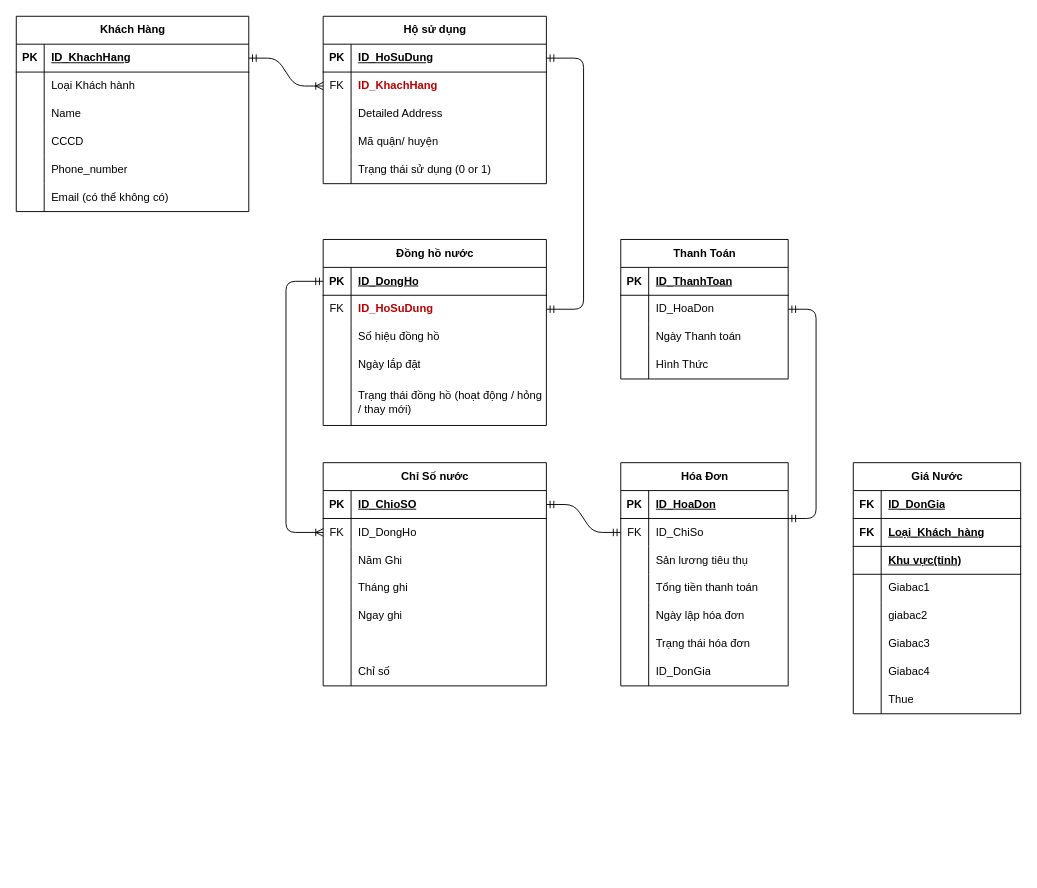
Earlier version of the draw.io diagram note/csdl.drawio (lethanhtung7002/water_management). Source tidied: cells renumbered, new cells numbered last; positions are measured from the earlier drawing's top-left corner, leaving out a move shared by most shapes. Both pictures are drawn from the tidied source at 93%, with x=0, y=0 at pixel (16, 16).
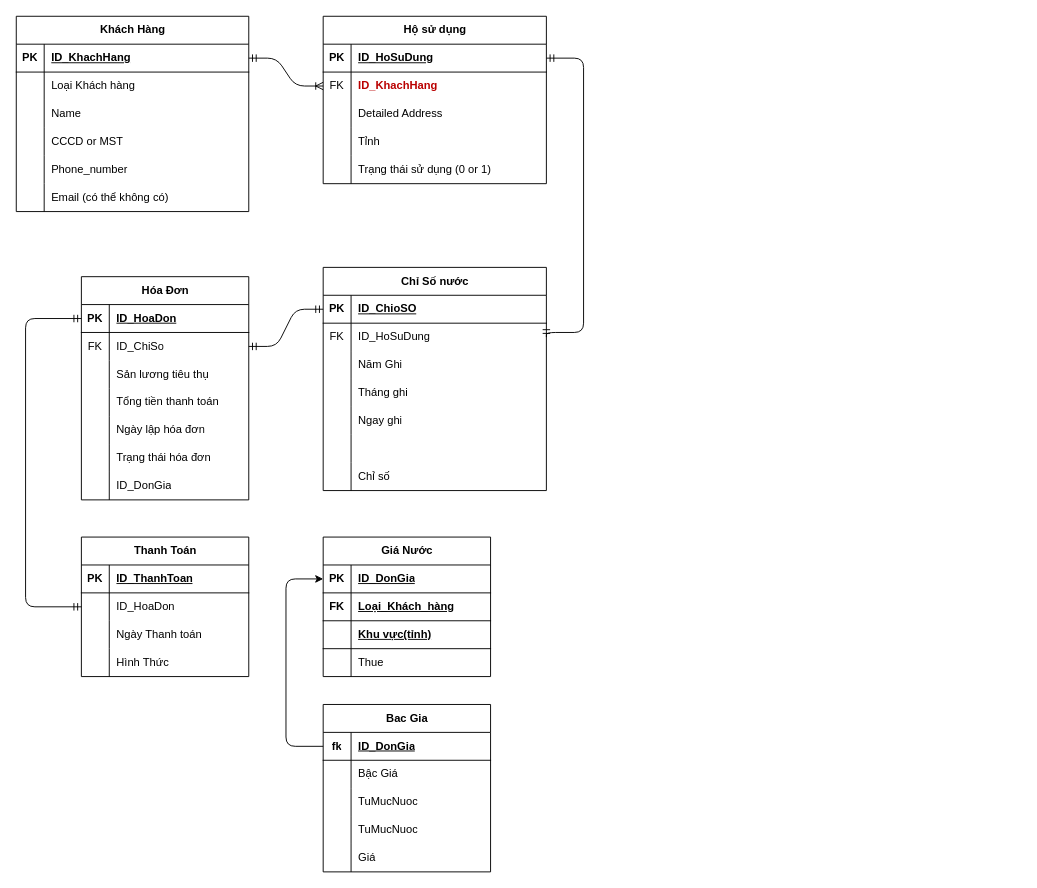
Above is the later version.

Unchanged cells that the change refers to:
```xml
<mxCell id="6" style="shape=tableRow;horizontal=0;startSize=0;swimlaneHead=0;swimlaneBody=0;fillColor=none;top=0;left=0;right=0;bottom=0;" parent="2" vertex="1">
  <mxGeometry y="60" width="250" height="30" as="geometry" />
</mxCell>
<mxCell id="12" style="shape=tableRow;horizontal=0;startSize=0;swimlaneHead=0;swimlaneBody=0;fillColor=none;top=0;left=0;right=0;bottom=0;" parent="2" vertex="1">
  <mxGeometry y="120" width="250" height="30" as="geometry" />
</mxCell>
<mxCell id="22" style="shape=tableRow;horizontal=0;startSize=0;swimlaneHead=0;swimlaneBody=0;fillColor=none;points=[[0,0.5],[1,0.5]];portConstraint=eastwest;top=0;left=0;right=0;bottom=1;" parent="21" vertex="1">
  <mxGeometry y="30" width="240" height="30" as="geometry" />
</mxCell>
<mxCell id="31" style="shape=tableRow;horizontal=0;startSize=0;swimlaneHead=0;swimlaneBody=0;fillColor=none;top=0;left=0;right=0;bottom=0;" parent="21" vertex="1">
  <mxGeometry y="120" width="240" height="30" as="geometry" />
</mxCell>
<mxCell id="54" style="shape=tableRow;horizontal=0;startSize=0;swimlaneHead=0;swimlaneBody=0;fillColor=none;points=[[0,0.5],[1,0.5]];portConstraint=eastwest;top=0;left=0;right=0;bottom=1;" parent="53" vertex="1">
  <mxGeometry y="30" width="240" height="30" as="geometry" />
</mxCell>
<mxCell id="57" style="shape=tableRow;horizontal=0;startSize=0;swimlaneHead=0;swimlaneBody=0;fillColor=none;points=[[0,0.5],[1,0.5]];portConstraint=eastwest;top=0;left=0;right=0;bottom=0;" parent="53" vertex="1">
  <mxGeometry y="60" width="240" height="30" as="geometry" />
</mxCell>
<mxCell id="79" style="shape=tableRow;horizontal=0;startSize=0;swimlaneHead=0;swimlaneBody=0;fillColor=none;points=[[0,0.5],[1,0.5]];portConstraint=eastwest;top=0;left=0;right=0;bottom=1;" parent="78" vertex="1">
  <mxGeometry y="30" width="180" height="30" as="geometry" />
</mxCell>
<mxCell id="82" style="shape=tableRow;horizontal=0;startSize=0;swimlaneHead=0;swimlaneBody=0;fillColor=none;points=[[0,0.5],[1,0.5]];portConstraint=eastwest;top=0;left=0;right=0;bottom=0;" parent="78" vertex="1">
  <mxGeometry y="60" width="180" height="30" as="geometry" />
</mxCell>
<mxCell id="104" style="shape=tableRow;horizontal=0;startSize=0;swimlaneHead=0;swimlaneBody=0;fillColor=none;points=[[0,0.5],[1,0.5]];portConstraint=eastwest;top=0;left=0;right=0;bottom=0;" parent="100" vertex="1">
  <mxGeometry y="60" width="180" height="30" as="geometry" />
</mxCell>
<mxCell id="114" style="shape=tableRow;horizontal=0;startSize=0;swimlaneHead=0;swimlaneBody=0;fillColor=none;points=[[0,0.5],[1,0.5]];portConstraint=eastwest;top=0;left=0;right=0;bottom=1;" parent="113" vertex="1">
  <mxGeometry y="30" width="180" height="30" as="geometry" />
</mxCell>
```

What changed in the source:
```diff
@@
-    <mxCell id="8" value="Loại Khách hành" style="shape=partialRectangle;fillColor=none;top=0;left=0;bottom=0;right=0;align=left;spacingLeft=6;overflow=hidden;whiteSpace=wrap;html=1;" parent="6" vertex="1">
+    <mxCell id="8" value="Loại Khách hàng" style="shape=partialRectangle;fillColor=none;top=0;left=0;bottom=0;right=0;align=left;spacingLeft=6;overflow=hidden;whiteSpace=wrap;html=1;" parent="6" vertex="1">
       <mxGeometry x="30" width="220" height="30" as="geometry" />
     </mxCell>
@@
-    <mxCell id="14" value="CCCD&amp;nbsp;" style="shape=partialRectangle;fillColor=none;top=0;left=0;bottom=0;right=0;align=left;spacingLeft=6;overflow=hidden;whiteSpace=wrap;html=1;" parent="12" vertex="1">
+    <mxCell id="14" value="CCCD or MST" style="shape=partialRectangle;fillColor=none;top=0;left=0;bottom=0;right=0;align=left;spacingLeft=6;overflow=hidden;whiteSpace=wrap;html=1;" parent="12" vertex="1">
       <mxGeometry x="30" width="220" height="30" as="geometry" />
     </mxCell>
@@
-    <mxCell id="33" value="Mã quận/ huyện" style="shape=partialRectangle;fillColor=none;top=0;left=0;bottom=0;right=0;align=left;spacingLeft=6;overflow=hidden;whiteSpace=wrap;html=1;" parent="31" vertex="1">
+    <mxCell id="33" value="Tỉnh" style="shape=partialRectangle;fillColor=none;top=0;left=0;bottom=0;right=0;align=left;spacingLeft=6;overflow=hidden;whiteSpace=wrap;html=1;" parent="31" vertex="1">
       <mxGeometry x="30" width="210" height="30" as="geometry" />
     </mxCell>
@@
-    <mxCell id="37" value="Đồng hồ nước" style="shape=table;startSize=30;childLayout=tableLayout;rowLines=0;fontStyle=1;align=center;html=1;" parent="1" vertex="1">
-      <mxGeometry x="330" y="240" width="240" height="200" as="geometry" />
-    </mxCell>
-    <mxCell id="38" style="shape=tableRow;horizontal=0;startSize=0;swimlaneHead=0;swimlaneBody=0;fillColor=none;points=[[0,0.5],[1,0.5]];portConstraint=eastwest;top=0;left=0;right=0;bottom=1;" parent="37" vertex="1">
-      <mxGeometry y="30" width="240" height="30" as="geometry" />
-    </mxCell>
-    <mxCell id="39" value="PK" style="shape=partialRectangle;fillColor=none;top=0;left=0;bottom=0;right=0;fontStyle=1;overflow=hidden;whiteSpace=wrap;html=1;" parent="38" vertex="1">
-      <mxGeometry width="30" height="30" as="geometry" />
-    </mxCell>
-    <mxCell id="40" value="ID_DongHo" style="shape=partialRectangle;fillColor=none;top=0;left=0;bottom=0;right=0;align=left;spacingLeft=6;fontStyle=5;overflow=hidden;whiteSpace=wrap;html=1;" parent="38" vertex="1">
-      <mxGeometry x="30" width="210" height="30" as="geometry" />
-    </mxCell>
-    <mxCell id="41" style="shape=tableRow;horizontal=0;startSize=0;swimlaneHead=0;swimlaneBody=0;fillColor=none;points=[[0,0.5],[1,0.5]];portConstraint=eastwest;top=0;left=0;right=0;bottom=0;" parent="37" vertex="1">
-      <mxGeometry y="60" width="240" height="30" as="geometry" />
-    </mxCell>
-    <mxCell id="42" value="FK" style="shape=partialRectangle;fillColor=none;top=0;left=0;bottom=0;right=0;overflow=hidden;whiteSpace=wrap;html=1;" parent="41" vertex="1">
-      <mxGeometry width="30" height="30" as="geometry" />
-    </mxCell>
-    <mxCell id="43" value="&lt;span style=&quot;font-weight: 700; text-decoration-line: underline; color: rgb(255, 255, 255);&quot;&gt;&lt;font color=&quot;rgba(0, 0, 0, 0)&quot;&gt;ID_HoSuDung&lt;/font&gt;&lt;/span&gt;" style="shape=partialRectangle;fillColor=none;top=0;left=0;bottom=0;right=0;align=left;spacingLeft=6;overflow=hidden;whiteSpace=wrap;html=1;" parent="41" vertex="1">
-      <mxGeometry x="30" width="210" height="30" as="geometry" />
-    </mxCell>
-    <mxCell id="44" style="shape=tableRow;horizontal=0;startSize=0;swimlaneHead=0;swimlaneBody=0;fillColor=none;top=0;left=0;right=0;bottom=0;" parent="37" vertex="1">
-      <mxGeometry y="90" width="240" height="30" as="geometry" />
-    </mxCell>
-    <mxCell id="45" style="shape=partialRectangle;fillColor=none;top=0;left=0;bottom=0;right=0;overflow=hidden;whiteSpace=wrap;html=1;" parent="44" vertex="1">
-      <mxGeometry width="30" height="30" as="geometry" />
-    </mxCell>
-    <mxCell id="46" value="Số hiệu đồng hồ" style="shape=partialRectangle;fillColor=none;top=0;left=0;bottom=0;right=0;align=left;spacingLeft=6;overflow=hidden;whiteSpace=wrap;html=1;" parent="44" vertex="1">
-      <mxGeometry x="30" width="210" height="30" as="geometry" />
-    </mxCell>
-    <mxCell id="47" style="shape=tableRow;horizontal=0;startSize=0;swimlaneHead=0;swimlaneBody=0;fillColor=none;top=0;left=0;right=0;bottom=0;" parent="37" vertex="1">
-      <mxGeometry y="120" width="240" height="30" as="geometry" />
-    </mxCell>
-    <mxCell id="48" style="shape=partialRectangle;fillColor=none;top=0;left=0;bottom=0;right=0;overflow=hidden;whiteSpace=wrap;html=1;" parent="47" vertex="1">
-      <mxGeometry width="30" height="30" as="geometry" />
-    </mxCell>
-    <mxCell id="49" value="Ngày lắp đặt" style="shape=partialRectangle;fillColor=none;top=0;left=0;bottom=0;right=0;align=left;spacingLeft=6;overflow=hidden;whiteSpace=wrap;html=1;" parent="47" vertex="1">
-      <mxGeometry x="30" width="210" height="30" as="geometry" />
-    </mxCell>
-    <mxCell id="50" style="shape=tableRow;horizontal=0;startSize=0;swimlaneHead=0;swimlaneBody=0;fillColor=none;top=0;left=0;right=0;bottom=0;" parent="37" vertex="1">
-      <mxGeometry y="150" width="240" height="50" as="geometry" />
-    </mxCell>
-    <mxCell id="51" style="shape=partialRectangle;fillColor=none;top=0;left=0;bottom=0;right=0;overflow=hidden;whiteSpace=wrap;html=1;" parent="50" vertex="1">
-      <mxGeometry width="30" height="50" as="geometry" />
-    </mxCell>
-    <mxCell id="52" value="Trạng thái đồng hồ (hoạt động / hỏng / thay mới)" style="shape=partialRectangle;fillColor=none;top=0;left=0;bottom=0;right=0;align=left;spacingLeft=6;overflow=hidden;whiteSpace=wrap;html=1;" parent="50" vertex="1">
-      <mxGeometry x="30" width="210" height="50" as="geometry" />
-    </mxCell>
     <mxCell id="53" value="Chỉ Số nước" style="shape=table;startSize=30;childLayout=tableLayout;rowLines=0;fontStyle=1;align=center;html=1;" parent="1" vertex="1">
-      <mxGeometry x="330" y="480" width="240" height="240" as="geometry" />
+      <mxGeometry x="330" y="270" width="240" height="240" as="geometry" />
     </mxCell>
@@
-    <mxCell id="59" value="ID_DongHo" style="shape=partialRectangle;fillColor=none;top=0;left=0;bottom=0;right=0;align=left;spacingLeft=6;overflow=hidden;whiteSpace=wrap;html=1;" parent="57" vertex="1">
+    <mxCell id="59" value="ID_HoSuDung" style="shape=partialRectangle;fillColor=none;top=0;left=0;bottom=0;right=0;align=left;spacingLeft=6;overflow=hidden;whiteSpace=wrap;html=1;" parent="57" vertex="1">
       <mxGeometry x="30" width="210" height="30" as="geometry" />
     </mxCell>
@@
-    <mxCell id="76" style="edgeStyle=orthogonalEdgeStyle;html=1;exitX=1;exitY=0.5;exitDx=0;exitDy=0;fontSize=12;endArrow=ERmandOne;startArrow=ERmandOne;entryX=1;entryY=0.5;entryDx=0;entryDy=0;" parent="1" edge="1" source="41" target="22">
+    <mxCell id="76" style="edgeStyle=orthogonalEdgeStyle;html=1;exitX=1;exitY=0.5;exitDx=0;exitDy=0;fontSize=12;endArrow=ERmandOne;startArrow=ERmandOne;entryX=1;entryY=0.5;entryDx=0;entryDy=0;" parent="1" edge="1" source="57" target="22">
       <mxGeometry relative="1" as="geometry">
         <Array as="points">
-          <mxPoint x="610" y="315" />
+          <mxPoint x="570" y="340" />
+          <mxPoint x="610" y="340" />
           <mxPoint x="610" y="45" />
         </Array>
       </mxGeometry>
     </mxCell>
-    <mxCell id="77" style="edgeStyle=elbowEdgeStyle;html=1;exitX=1;exitY=0.25;exitDx=0;exitDy=0;entryX=1;entryY=0.5;entryDx=0;entryDy=0;fontSize=12;endArrow=ERmandOne;startArrow=ERmandOne;" parent="1" edge="1" source="78" target="104">
+    <mxCell id="77" style="edgeStyle=elbowEdgeStyle;html=1;exitX=0;exitY=0.5;exitDx=0;exitDy=0;entryX=0;entryY=0.5;entryDx=0;entryDy=0;fontSize=12;endArrow=ERmandOne;startArrow=ERmandOne;" parent="1" edge="1" source="79" target="104">
       <mxGeometry relative="1" as="geometry">
         <Array as="points">
-          <mxPoint x="860" y="420" />
+          <mxPoint x="10" y="500" />
         </Array>
       </mxGeometry>
     </mxCell>
     <mxCell id="78" value="Hóa Đơn" style="shape=table;startSize=30;childLayout=tableLayout;rowLines=0;fontStyle=1;align=center;html=1;" parent="1" vertex="1">
-      <mxGeometry x="650" y="480" width="180" height="240" as="geometry" />
+      <mxGeometry x="70" y="280" width="180" height="240" as="geometry" />
     </mxCell>
@@
     <mxCell id="100" value="Thanh Toán" style="shape=table;startSize=30;childLayout=tableLayout;rowLines=0;fontStyle=1;align=center;html=1;" parent="1" vertex="1">
-      <mxGeometry x="650" y="240" width="180" height="150" as="geometry" />
+      <mxGeometry x="70" y="560" width="180" height="150" as="geometry" />
     </mxCell>
@@
     <mxCell id="113" value="Giá Nước" style="shape=table;startSize=30;childLayout=tableLayout;rowLines=0;fontStyle=1;align=center;html=1;" parent="1" vertex="1">
-      <mxGeometry x="900" y="480" width="180" height="270" as="geometry" />
+      <mxGeometry x="330" y="560" width="180" height="150" as="geometry" />
     </mxCell>
@@
-    <mxCell id="115" value="FK" style="shape=partialRectangle;fillColor=none;top=0;left=0;bottom=0;right=0;fontStyle=1;overflow=hidden;whiteSpace=wrap;html=1;" parent="114" vertex="1">
+    <mxCell id="115" value="PK" style="shape=partialRectangle;fillColor=none;top=0;left=0;bottom=0;right=0;fontStyle=1;overflow=hidden;whiteSpace=wrap;html=1;" parent="114" vertex="1">
       <mxGeometry width="30" height="30" as="geometry" />
     </mxCell>
@@
-    <mxCell id="123" style="shape=tableRow;horizontal=0;startSize=0;swimlaneHead=0;swimlaneBody=0;fillColor=none;top=0;left=0;right=0;bottom=0;" parent="113" vertex="1">
-      <mxGeometry y="120" width="180" height="30" as="geometry" />
-    </mxCell>
-    <mxCell id="124" style="shape=partialRectangle;fillColor=none;top=0;left=0;bottom=0;right=0;overflow=hidden;whiteSpace=wrap;html=1;" parent="123" vertex="1">
-      <mxGeometry width="30" height="30" as="geometry" />
-    </mxCell>
-    <mxCell id="125" value="Giabac1" style="shape=partialRectangle;fillColor=none;top=0;left=0;bottom=0;right=0;align=left;spacingLeft=6;overflow=hidden;whiteSpace=wrap;html=1;" parent="123" vertex="1">
-      <mxGeometry x="30" width="150" height="30" as="geometry" />
-    </mxCell>
-    <mxCell id="126" style="shape=tableRow;horizontal=0;startSize=0;swimlaneHead=0;swimlaneBody=0;fillColor=none;top=0;left=0;right=0;bottom=0;" parent="113" vertex="1">
-      <mxGeometry y="150" width="180" height="30" as="geometry" />
-    </mxCell>
-    <mxCell id="127" style="shape=partialRectangle;fillColor=none;top=0;left=0;bottom=0;right=0;overflow=hidden;whiteSpace=wrap;html=1;" parent="126" vertex="1">
-      <mxGeometry width="30" height="30" as="geometry" />
-    </mxCell>
-    <mxCell id="128" value="giabac2" style="shape=partialRectangle;fillColor=none;top=0;left=0;bottom=0;right=0;align=left;spacingLeft=6;overflow=hidden;whiteSpace=wrap;html=1;" parent="126" vertex="1">
-      <mxGeometry x="30" width="150" height="30" as="geometry" />
-    </mxCell>
-    <mxCell id="129" style="shape=tableRow;horizontal=0;startSize=0;swimlaneHead=0;swimlaneBody=0;fillColor=none;top=0;left=0;right=0;bottom=0;" parent="113" vertex="1">
-      <mxGeometry y="180" width="180" height="30" as="geometry" />
-    </mxCell>
-    <mxCell id="130" style="shape=partialRectangle;fillColor=none;top=0;left=0;bottom=0;right=0;overflow=hidden;whiteSpace=wrap;html=1;" parent="129" vertex="1">
-      <mxGeometry width="30" height="30" as="geometry" />
-    </mxCell>
-    <mxCell id="131" value="Giabac3" style="shape=partialRectangle;fillColor=none;top=0;left=0;bottom=0;right=0;align=left;spacingLeft=6;overflow=hidden;whiteSpace=wrap;html=1;" parent="129" vertex="1">
-      <mxGeometry x="30" width="150" height="30" as="geometry" />
-    </mxCell>
-    <mxCell id="132" style="shape=tableRow;horizontal=0;startSize=0;swimlaneHead=0;swimlaneBody=0;fillColor=none;top=0;left=0;right=0;bottom=0;" parent="113" vertex="1">
-      <mxGeometry y="210" width="180" height="30" as="geometry" />
-    </mxCell>
-    <mxCell id="133" style="shape=partialRectangle;fillColor=none;top=0;left=0;bottom=0;right=0;overflow=hidden;whiteSpace=wrap;html=1;" parent="132" vertex="1">
-      <mxGeometry width="30" height="30" as="geometry" />
-    </mxCell>
-    <mxCell id="134" value="Giabac4" style="shape=partialRectangle;fillColor=none;top=0;left=0;bottom=0;right=0;align=left;spacingLeft=6;overflow=hidden;whiteSpace=wrap;html=1;" parent="132" vertex="1">
-      <mxGeometry x="30" width="150" height="30" as="geometry" />
-    </mxCell>
     <mxCell id="135" style="shape=tableRow;horizontal=0;startSize=0;swimlaneHead=0;swimlaneBody=0;fillColor=none;top=0;left=0;right=0;bottom=0;" parent="113" vertex="1">
-      <mxGeometry y="240" width="180" height="30" as="geometry" />
+      <mxGeometry y="120" width="180" height="30" as="geometry" />
     </mxCell>
@@
-    <mxCell id="138" style="edgeStyle=entityRelationEdgeStyle;html=1;exitX=1;exitY=0.5;exitDx=0;exitDy=0;entryX=0;entryY=0.5;entryDx=0;entryDy=0;fontSize=12;endArrow=ERmandOne;startArrow=ERmandOne;" parent="1" edge="1" source="54" target="82">
+    <mxCell id="138" style="edgeStyle=entityRelationEdgeStyle;html=1;entryX=1;entryY=0.5;entryDx=0;entryDy=0;fontSize=12;endArrow=ERmandOne;startArrow=ERmandOne;" parent="1" edge="1" source="54" target="82">
       <mxGeometry relative="1" as="geometry" />
     </mxCell>
-    <mxCell id="139" style="edgeStyle=elbowEdgeStyle;html=1;exitX=0;exitY=0.5;exitDx=0;exitDy=0;entryX=0;entryY=0.5;entryDx=0;entryDy=0;fontSize=12;endArrow=ERoneToMany;startArrow=ERmandOne;" parent="1" edge="1" source="38" target="57">
-      <mxGeometry relative="1" as="geometry">
-        <Array as="points">
-          <mxPoint x="290" y="430" />
-        </Array>
-      </mxGeometry>
-    </mxCell>
+    <mxCell id="140" value="Bac Gia" style="shape=table;startSize=30;childLayout=tableLayout;rowLines=0;fontStyle=1;align=center;html=1;" parent="1" vertex="1">
+      <mxGeometry x="330" y="740" width="180" height="180" as="geometry" />
+    </mxCell>
+    <mxCell id="141" style="shape=tableRow;horizontal=0;startSize=0;swimlaneHead=0;swimlaneBody=0;fillColor=none;points=[[0,0.5],[1,0.5]];portConstraint=eastwest;top=0;left=0;right=0;bottom=1;" parent="140" vertex="1">
+      <mxGeometry y="30" width="180" height="30" as="geometry" />
+    </mxCell>
+    <mxCell id="142" value="fk" style="shape=partialRectangle;fillColor=none;top=0;left=0;bottom=0;right=0;fontStyle=1;overflow=hidden;whiteSpace=wrap;html=1;" parent="141" vertex="1">
+      <mxGeometry width="30" height="30" as="geometry" />
+    </mxCell>
+    <mxCell id="143" value="ID_DonGia" style="shape=partialRectangle;fillColor=none;top=0;left=0;bottom=0;right=0;align=left;spacingLeft=6;fontStyle=5;overflow=hidden;whiteSpace=wrap;html=1;" parent="141" vertex="1">
+      <mxGeometry x="30" width="150" height="30" as="geometry" />
+    </mxCell>
+    <mxCell id="144" style="shape=tableRow;horizontal=0;startSize=0;swimlaneHead=0;swimlaneBody=0;fillColor=none;top=0;left=0;right=0;bottom=0;" parent="140" vertex="1">
+      <mxGeometry y="60" width="180" height="30" as="geometry" />
+    </mxCell>
+    <mxCell id="145" style="shape=partialRectangle;fillColor=none;top=0;left=0;bottom=0;right=0;overflow=hidden;whiteSpace=wrap;html=1;" parent="144" vertex="1">
+      <mxGeometry width="30" height="30" as="geometry" />
+    </mxCell>
+    <mxCell id="146" value="Bậc Giá" style="shape=partialRectangle;fillColor=none;top=0;left=0;bottom=0;right=0;align=left;spacingLeft=6;overflow=hidden;whiteSpace=wrap;html=1;" parent="144" vertex="1">
+      <mxGeometry x="30" width="150" height="30" as="geometry" />
+    </mxCell>
+    <mxCell id="147" style="shape=tableRow;horizontal=0;startSize=0;swimlaneHead=0;swimlaneBody=0;fillColor=none;top=0;left=0;right=0;bottom=0;" parent="140" vertex="1">
+      <mxGeometry y="90" width="180" height="30" as="geometry" />
+    </mxCell>
+    <mxCell id="148" style="shape=partialRectangle;fillColor=none;top=0;left=0;bottom=0;right=0;overflow=hidden;whiteSpace=wrap;html=1;" parent="147" vertex="1">
+      <mxGeometry width="30" height="30" as="geometry" />
+    </mxCell>
+    <mxCell id="149" value="TuMucNuoc" style="shape=partialRectangle;fillColor=none;top=0;left=0;bottom=0;right=0;align=left;spacingLeft=6;overflow=hidden;whiteSpace=wrap;html=1;" parent="147" vertex="1">
+      <mxGeometry x="30" width="150" height="30" as="geometry" />
+    </mxCell>
+    <mxCell id="123" style="shape=tableRow;horizontal=0;startSize=0;swimlaneHead=0;swimlaneBody=0;fillColor=none;top=0;left=0;right=0;bottom=0;" parent="140" vertex="1">
+      <mxGeometry y="120" width="180" height="30" as="geometry" />
+    </mxCell>
+    <mxCell id="150" style="shape=partialRectangle;fillColor=none;top=0;left=0;bottom=0;right=0;overflow=hidden;whiteSpace=wrap;html=1;" parent="123" vertex="1">
+      <mxGeometry width="30" height="30" as="geometry" />
+    </mxCell>
+    <mxCell id="151" value="TuMucNuoc" style="shape=partialRectangle;fillColor=none;top=0;left=0;bottom=0;right=0;align=left;spacingLeft=6;overflow=hidden;whiteSpace=wrap;html=1;" parent="123" vertex="1">
+      <mxGeometry x="30" width="150" height="30" as="geometry" />
+    </mxCell>
+    <mxCell id="126" style="shape=tableRow;horizontal=0;startSize=0;swimlaneHead=0;swimlaneBody=0;fillColor=none;top=0;left=0;right=0;bottom=0;" parent="140" vertex="1">
+      <mxGeometry y="150" width="180" height="30" as="geometry" />
+    </mxCell>
+    <mxCell id="152" style="shape=partialRectangle;fillColor=none;top=0;left=0;bottom=0;right=0;overflow=hidden;whiteSpace=wrap;html=1;" parent="126" vertex="1">
+      <mxGeometry width="30" height="30" as="geometry" />
+    </mxCell>
+    <mxCell id="153" value="Giá" style="shape=partialRectangle;fillColor=none;top=0;left=0;bottom=0;right=0;align=left;spacingLeft=6;overflow=hidden;whiteSpace=wrap;html=1;" parent="126" vertex="1">
+      <mxGeometry x="30" width="150" height="30" as="geometry" />
+    </mxCell>
+    <mxCell id="154" style="edgeStyle=orthogonalEdgeStyle;html=1;exitX=0;exitY=0.5;exitDx=0;exitDy=0;entryX=0;entryY=0.5;entryDx=0;entryDy=0;" parent="1" edge="1" source="141" target="114">
+      <mxGeometry relative="1" as="geometry">
+        <Array as="points">
+          <mxPoint x="290" y="785" />
+          <mxPoint x="290" y="605" />
+        </Array>
+      </mxGeometry>
+    </mxCell>
```
